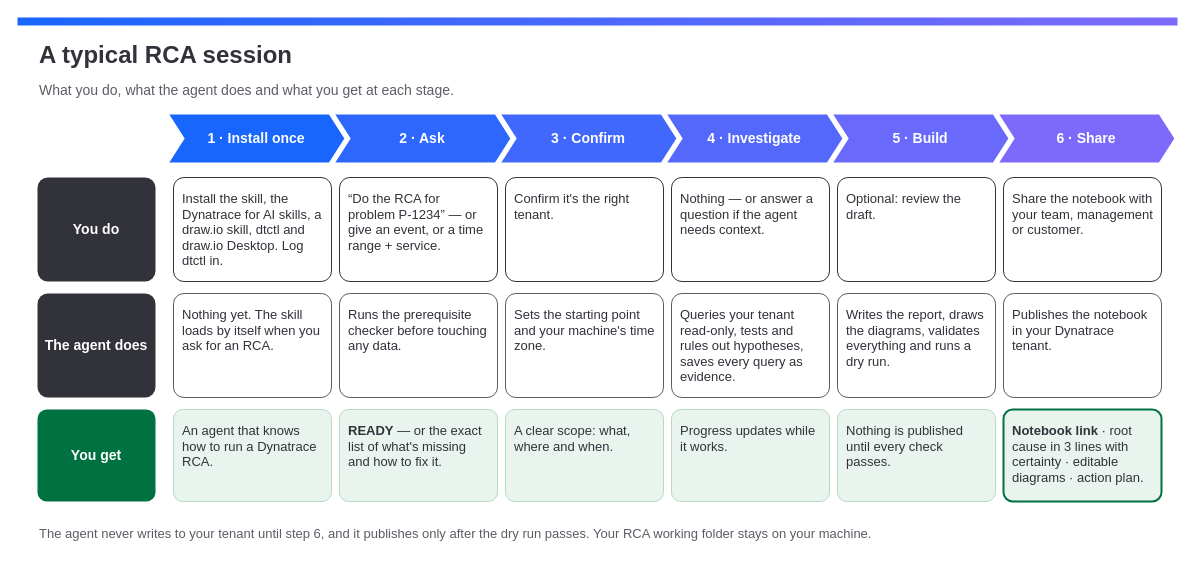
The draw.io diagram docs/images/user-journey.drawio in Edunzz/dynatrace_ai_skills_rca, before the edit. Source tidied: cells renumbered, new cells numbered last; positions are measured from the earlier drawing's top-left corner, leaving out a move shared by most shapes. Both pictures are drawn from the tidied source at 100%, with x=0, y=0 at pixel (17, 17).
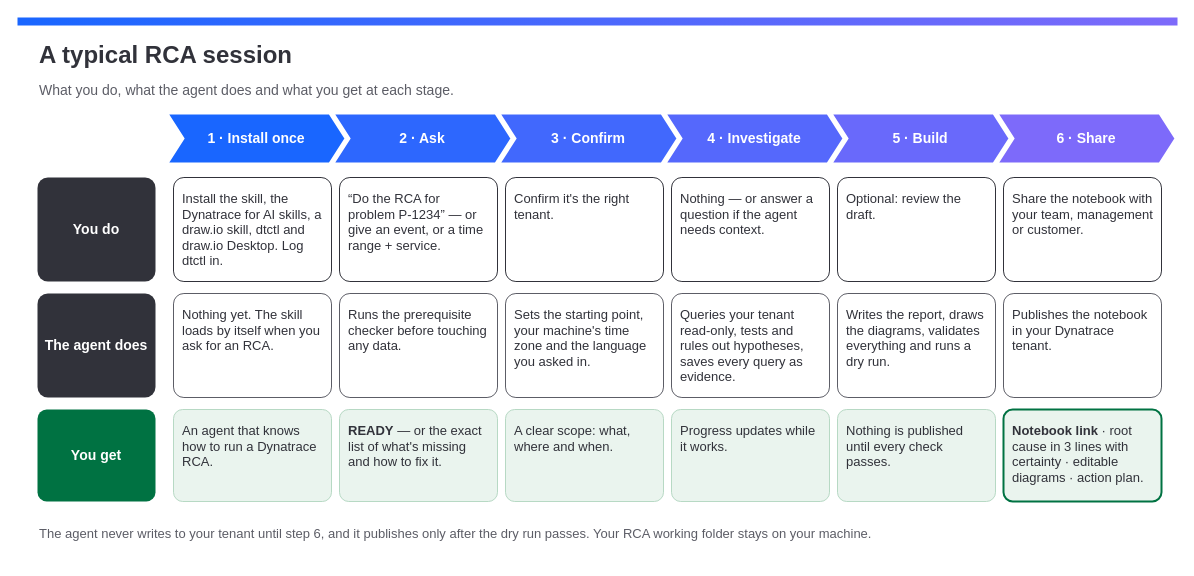
The same page after the edit.

The edit, as a diff of the source:
```diff
@@
-    <mxCell id="21" value="Sets the starting point and your machine's time zone." style="rounded=1;arcSize=10;whiteSpace=wrap;html=1;fontFamily=Helvetica;fontSize=13;spacing=9;align=left;verticalAlign=top;fontColor=#31323a;fillColor=#ffffff;strokeColor=#5c5d66;strokeWidth=1;" parent="1" vertex="1">
+    <mxCell id="21" value="Sets the starting point, your machine's time zone and the language you asked in." style="rounded=1;arcSize=10;whiteSpace=wrap;html=1;fontFamily=Helvetica;fontSize=13;spacing=9;align=left;verticalAlign=top;fontColor=#31323a;fillColor=#ffffff;strokeColor=#5c5d66;strokeWidth=1;" parent="1" vertex="1">
       <mxGeometry x="488" y="276" width="158" height="104" as="geometry" />
     </mxCell>
```
